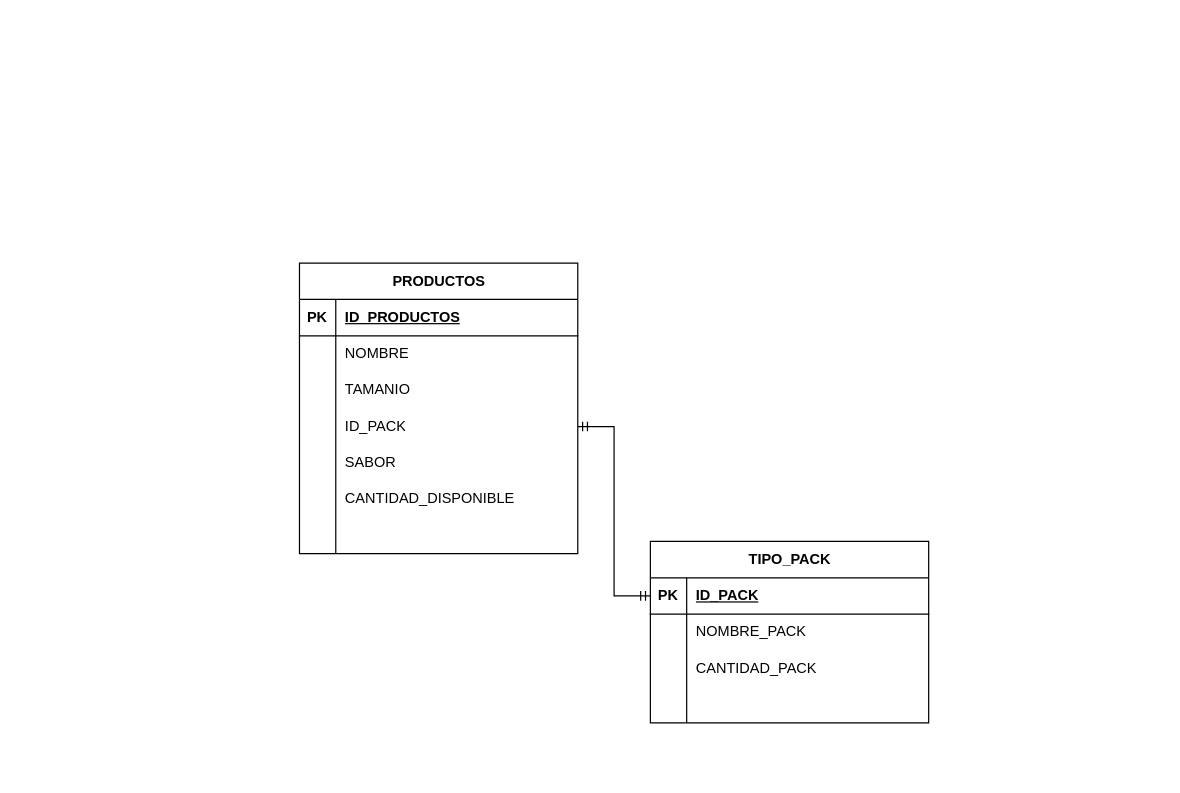
This is DB_Entidad_Relacion.drawio from DavidSantana872/GBar, a draw.io file, before an edit. Source tidied: cells renumbered, new cells numbered last; positions are measured from the earlier drawing's top-left corner, leaving out a move shared by most shapes. Both pictures are drawn from the tidied source at 121%, with x=0, y=0 at pixel (299, 263).
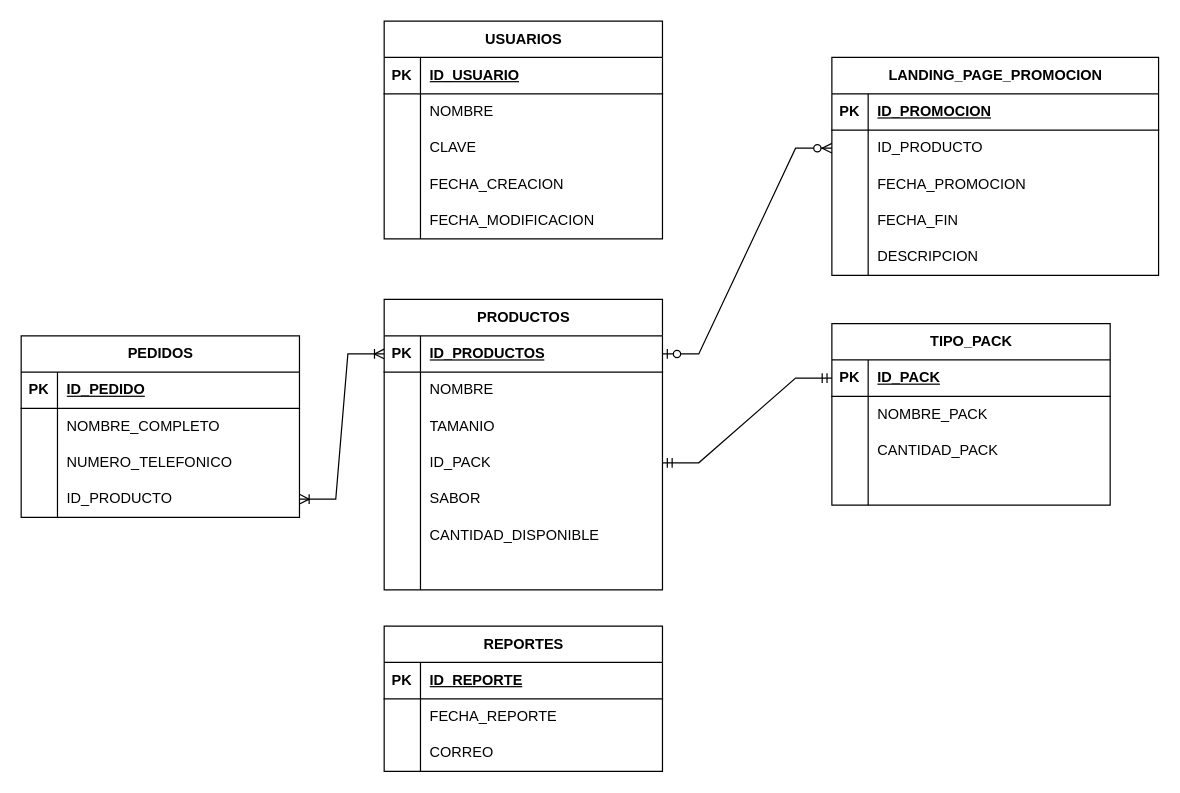
The same diagram, later.

Unchanged cells that the change refers to:
```xml
<mxCell id="3" style="shape=tableRow;horizontal=0;startSize=0;swimlaneHead=0;swimlaneBody=0;fillColor=none;points=[[0,0.5],[1,0.5]];portConstraint=eastwest;top=0;left=0;right=0;bottom=1;" parent="2" vertex="1">
  <mxGeometry y="30" width="230" height="30" as="geometry" />
</mxCell>
```

The edit, as a diff of the source:
```diff
@@
     <mxCell id="2" value="PRODUCTOS" style="shape=table;startSize=30;childLayout=tableLayout;rowLines=0;fontStyle=1;align=center;html=1;" parent="1" vertex="1">
-      <mxGeometry width="230" height="240" as="geometry" />
+      <mxGeometry x="70" y="30" width="230" height="240" as="geometry" />
     </mxCell>
@@
     <mxCell id="25" value="TIPO_PACK" style="shape=table;startSize=30;childLayout=tableLayout;rowLines=0;fontStyle=1;align=center;html=1;" parent="1" vertex="1">
-      <mxGeometry x="290" y="230" width="230" height="150" as="geometry" />
+      <mxGeometry x="440" y="50" width="230" height="150" as="geometry" />
     </mxCell>
@@
+    <mxCell id="38" value="PEDIDOS" style="shape=table;startSize=30;childLayout=tableLayout;rowLines=0;fontStyle=1;align=center;html=1;" parent="1" vertex="1">
+      <mxGeometry x="-230" y="60" width="230" height="150" as="geometry" />
+    </mxCell>
+    <mxCell id="39" style="shape=tableRow;horizontal=0;startSize=0;swimlaneHead=0;swimlaneBody=0;fillColor=none;top=0;left=0;right=0;bottom=1;" parent="38" vertex="1">
+      <mxGeometry y="30" width="230" height="30" as="geometry" />
+    </mxCell>
+    <mxCell id="40" value="PK" style="shape=partialRectangle;fillColor=none;top=0;left=0;bottom=0;right=0;fontStyle=1;overflow=hidden;whiteSpace=wrap;html=1;" parent="39" vertex="1">
+      <mxGeometry width="30" height="30" as="geometry" />
+    </mxCell>
+    <mxCell id="41" value="ID_PEDIDO" style="shape=partialRectangle;fillColor=none;top=0;left=0;bottom=0;right=0;align=left;spacingLeft=6;fontStyle=5;overflow=hidden;whiteSpace=wrap;html=1;" parent="39" vertex="1">
+      <mxGeometry x="30" width="200" height="30" as="geometry" />
+    </mxCell>
+    <mxCell id="42" style="shape=tableRow;horizontal=0;startSize=0;swimlaneHead=0;swimlaneBody=0;fillColor=none;top=0;left=0;right=0;bottom=0;" parent="38" vertex="1">
+      <mxGeometry y="60" width="230" height="30" as="geometry" />
+    </mxCell>
+    <mxCell id="43" style="shape=partialRectangle;fillColor=none;top=0;left=0;bottom=0;right=0;overflow=hidden;whiteSpace=wrap;html=1;" parent="42" vertex="1">
+      <mxGeometry width="30" height="30" as="geometry" />
+    </mxCell>
+    <mxCell id="44" value="NOMBRE_COMPLETO" style="shape=partialRectangle;fillColor=none;top=0;left=0;bottom=0;right=0;align=left;spacingLeft=6;overflow=hidden;whiteSpace=wrap;html=1;" parent="42" vertex="1">
+      <mxGeometry x="30" width="200" height="30" as="geometry" />
+    </mxCell>
+    <mxCell id="45" style="shape=tableRow;horizontal=0;startSize=0;swimlaneHead=0;swimlaneBody=0;fillColor=none;top=0;left=0;right=0;bottom=0;" parent="38" vertex="1">
+      <mxGeometry y="90" width="230" height="30" as="geometry" />
+    </mxCell>
+    <mxCell id="46" style="shape=partialRectangle;fillColor=none;top=0;left=0;bottom=0;right=0;overflow=hidden;whiteSpace=wrap;html=1;" parent="45" vertex="1">
+      <mxGeometry width="30" height="30" as="geometry" />
+    </mxCell>
+    <mxCell id="47" value="NUMERO_TELEFONICO&amp;nbsp;" style="shape=partialRectangle;fillColor=none;top=0;left=0;bottom=0;right=0;align=left;spacingLeft=6;overflow=hidden;whiteSpace=wrap;html=1;" parent="45" vertex="1">
+      <mxGeometry x="30" width="200" height="30" as="geometry" />
+    </mxCell>
+    <mxCell id="48" style="shape=tableRow;horizontal=0;startSize=0;swimlaneHead=0;swimlaneBody=0;fillColor=none;points=[[0,0.5],[1,0.5]];portConstraint=eastwest;top=0;left=0;right=0;bottom=0;" parent="38" vertex="1">
+      <mxGeometry y="120" width="230" height="30" as="geometry" />
+    </mxCell>
+    <mxCell id="49" style="shape=partialRectangle;fillColor=none;top=0;left=0;bottom=0;right=0;overflow=hidden;whiteSpace=wrap;html=1;" parent="48" vertex="1">
+      <mxGeometry width="30" height="30" as="geometry" />
+    </mxCell>
+    <mxCell id="50" value="ID_PRODUCTO" style="shape=partialRectangle;fillColor=none;top=0;left=0;bottom=0;right=0;align=left;spacingLeft=6;overflow=hidden;whiteSpace=wrap;html=1;" parent="48" vertex="1">
+      <mxGeometry x="30" width="200" height="30" as="geometry" />
+    </mxCell>
+    <mxCell id="51" value="USUARIOS" style="shape=table;startSize=30;childLayout=tableLayout;rowLines=0;fontStyle=1;align=center;html=1;" parent="1" vertex="1">
+      <mxGeometry x="70" y="-200" width="230" height="180" as="geometry" />
+    </mxCell>
+    <mxCell id="52" style="shape=tableRow;horizontal=0;startSize=0;swimlaneHead=0;swimlaneBody=0;fillColor=none;top=0;left=0;right=0;bottom=1;" parent="51" vertex="1">
+      <mxGeometry y="30" width="230" height="30" as="geometry" />
+    </mxCell>
+    <mxCell id="53" value="PK" style="shape=partialRectangle;fillColor=none;top=0;left=0;bottom=0;right=0;fontStyle=1;overflow=hidden;whiteSpace=wrap;html=1;" parent="52" vertex="1">
+      <mxGeometry width="30" height="30" as="geometry" />
+    </mxCell>
+    <mxCell id="54" value="ID_USUARIO" style="shape=partialRectangle;fillColor=none;top=0;left=0;bottom=0;right=0;align=left;spacingLeft=6;fontStyle=5;overflow=hidden;whiteSpace=wrap;html=1;" parent="52" vertex="1">
+      <mxGeometry x="30" width="200" height="30" as="geometry" />
+    </mxCell>
+    <mxCell id="55" style="shape=tableRow;horizontal=0;startSize=0;swimlaneHead=0;swimlaneBody=0;fillColor=none;top=0;left=0;right=0;bottom=0;" parent="51" vertex="1">
+      <mxGeometry y="60" width="230" height="30" as="geometry" />
+    </mxCell>
+    <mxCell id="56" style="shape=partialRectangle;fillColor=none;top=0;left=0;bottom=0;right=0;overflow=hidden;whiteSpace=wrap;html=1;" parent="55" vertex="1">
+      <mxGeometry width="30" height="30" as="geometry" />
+    </mxCell>
+    <mxCell id="57" value="NOMBRE" style="shape=partialRectangle;fillColor=none;top=0;left=0;bottom=0;right=0;align=left;spacingLeft=6;overflow=hidden;whiteSpace=wrap;html=1;" parent="55" vertex="1">
+      <mxGeometry x="30" width="200" height="30" as="geometry" />
+    </mxCell>
+    <mxCell id="58" style="shape=tableRow;horizontal=0;startSize=0;swimlaneHead=0;swimlaneBody=0;fillColor=none;top=0;left=0;right=0;bottom=0;" parent="51" vertex="1">
+      <mxGeometry y="90" width="230" height="30" as="geometry" />
+    </mxCell>
+    <mxCell id="59" style="shape=partialRectangle;fillColor=none;top=0;left=0;bottom=0;right=0;overflow=hidden;whiteSpace=wrap;html=1;" parent="58" vertex="1">
+      <mxGeometry width="30" height="30" as="geometry" />
+    </mxCell>
+    <mxCell id="60" value="CLAVE" style="shape=partialRectangle;fillColor=none;top=0;left=0;bottom=0;right=0;align=left;spacingLeft=6;overflow=hidden;whiteSpace=wrap;html=1;" parent="58" vertex="1">
+      <mxGeometry x="30" width="200" height="30" as="geometry" />
+    </mxCell>
+    <mxCell id="61" style="shape=tableRow;horizontal=0;startSize=0;swimlaneHead=0;swimlaneBody=0;fillColor=none;top=0;left=0;right=0;bottom=0;" parent="51" vertex="1">
+      <mxGeometry y="120" width="230" height="30" as="geometry" />
+    </mxCell>
+    <mxCell id="62" style="shape=partialRectangle;fillColor=none;top=0;left=0;bottom=0;right=0;overflow=hidden;whiteSpace=wrap;html=1;" parent="61" vertex="1">
+      <mxGeometry width="30" height="30" as="geometry" />
+    </mxCell>
+    <mxCell id="63" value="FECHA_CREACION" style="shape=partialRectangle;fillColor=none;top=0;left=0;bottom=0;right=0;align=left;spacingLeft=6;overflow=hidden;whiteSpace=wrap;html=1;" parent="61" vertex="1">
+      <mxGeometry x="30" width="200" height="30" as="geometry" />
+    </mxCell>
+    <mxCell id="64" style="shape=tableRow;horizontal=0;startSize=0;swimlaneHead=0;swimlaneBody=0;fillColor=none;top=0;left=0;right=0;bottom=0;" parent="51" vertex="1">
+      <mxGeometry y="150" width="230" height="30" as="geometry" />
+    </mxCell>
+    <mxCell id="65" style="shape=partialRectangle;fillColor=none;top=0;left=0;bottom=0;right=0;overflow=hidden;whiteSpace=wrap;html=1;" parent="64" vertex="1">
+      <mxGeometry width="30" height="30" as="geometry" />
+    </mxCell>
+    <mxCell id="66" value="FECHA_MODIFICACION" style="shape=partialRectangle;fillColor=none;top=0;left=0;bottom=0;right=0;align=left;spacingLeft=6;overflow=hidden;whiteSpace=wrap;html=1;" parent="64" vertex="1">
+      <mxGeometry x="30" width="200" height="30" as="geometry" />
+    </mxCell>
+    <mxCell id="67" value="LANDING_PAGE_PROMOCION" style="shape=table;startSize=30;childLayout=tableLayout;rowLines=0;fontStyle=1;align=center;html=1;" parent="1" vertex="1">
+      <mxGeometry x="440" y="-170" width="270" height="180" as="geometry" />
+    </mxCell>
+    <mxCell id="68" style="shape=tableRow;horizontal=0;startSize=0;swimlaneHead=0;swimlaneBody=0;fillColor=none;top=0;left=0;right=0;bottom=1;" parent="67" vertex="1">
+      <mxGeometry y="30" width="270" height="30" as="geometry" />
+    </mxCell>
+    <mxCell id="69" value="PK" style="shape=partialRectangle;fillColor=none;top=0;left=0;bottom=0;right=0;fontStyle=1;overflow=hidden;whiteSpace=wrap;html=1;" parent="68" vertex="1">
+      <mxGeometry width="30" height="30" as="geometry" />
+    </mxCell>
+    <mxCell id="70" value="ID_PROMOCION" style="shape=partialRectangle;fillColor=none;top=0;left=0;bottom=0;right=0;align=left;spacingLeft=6;fontStyle=5;overflow=hidden;whiteSpace=wrap;html=1;" parent="68" vertex="1">
+      <mxGeometry x="30" width="240" height="30" as="geometry" />
+    </mxCell>
+    <mxCell id="71" style="shape=tableRow;horizontal=0;startSize=0;swimlaneHead=0;swimlaneBody=0;fillColor=none;points=[[0,0.5],[1,0.5]];portConstraint=eastwest;top=0;left=0;right=0;bottom=0;" parent="67" vertex="1">
+      <mxGeometry y="60" width="270" height="30" as="geometry" />
+    </mxCell>
+    <mxCell id="72" style="shape=partialRectangle;fillColor=none;top=0;left=0;bottom=0;right=0;overflow=hidden;whiteSpace=wrap;html=1;" parent="71" vertex="1">
+      <mxGeometry width="30" height="30" as="geometry" />
+    </mxCell>
+    <mxCell id="73" value="ID_PRODUCTO" style="shape=partialRectangle;fillColor=none;top=0;left=0;bottom=0;right=0;align=left;spacingLeft=6;overflow=hidden;whiteSpace=wrap;html=1;" parent="71" vertex="1">
+      <mxGeometry x="30" width="240" height="30" as="geometry" />
+    </mxCell>
+    <mxCell id="74" style="shape=tableRow;horizontal=0;startSize=0;swimlaneHead=0;swimlaneBody=0;fillColor=none;top=0;left=0;right=0;bottom=0;" parent="67" vertex="1">
+      <mxGeometry y="90" width="270" height="30" as="geometry" />
+    </mxCell>
+    <mxCell id="75" style="shape=partialRectangle;fillColor=none;top=0;left=0;bottom=0;right=0;overflow=hidden;whiteSpace=wrap;html=1;" parent="74" vertex="1">
+      <mxGeometry width="30" height="30" as="geometry" />
+    </mxCell>
+    <mxCell id="76" value="FECHA_PROMOCION" style="shape=partialRectangle;fillColor=none;top=0;left=0;bottom=0;right=0;align=left;spacingLeft=6;overflow=hidden;whiteSpace=wrap;html=1;" parent="74" vertex="1">
+      <mxGeometry x="30" width="240" height="30" as="geometry" />
+    </mxCell>
+    <mxCell id="77" style="shape=tableRow;horizontal=0;startSize=0;swimlaneHead=0;swimlaneBody=0;fillColor=none;top=0;left=0;right=0;bottom=0;" parent="67" vertex="1">
+      <mxGeometry y="120" width="270" height="30" as="geometry" />
+    </mxCell>
+    <mxCell id="78" style="shape=partialRectangle;fillColor=none;top=0;left=0;bottom=0;right=0;overflow=hidden;whiteSpace=wrap;html=1;" parent="77" vertex="1">
+      <mxGeometry width="30" height="30" as="geometry" />
+    </mxCell>
+    <mxCell id="79" value="FECHA_FIN" style="shape=partialRectangle;fillColor=none;top=0;left=0;bottom=0;right=0;align=left;spacingLeft=6;overflow=hidden;whiteSpace=wrap;html=1;" parent="77" vertex="1">
+      <mxGeometry x="30" width="240" height="30" as="geometry" />
+    </mxCell>
+    <mxCell id="80" style="shape=tableRow;horizontal=0;startSize=0;swimlaneHead=0;swimlaneBody=0;fillColor=none;top=0;left=0;right=0;bottom=0;" parent="67" vertex="1">
+      <mxGeometry y="150" width="270" height="30" as="geometry" />
+    </mxCell>
+    <mxCell id="81" style="shape=partialRectangle;fillColor=none;top=0;left=0;bottom=0;right=0;overflow=hidden;whiteSpace=wrap;html=1;" parent="80" vertex="1">
+      <mxGeometry width="30" height="30" as="geometry" />
+    </mxCell>
+    <mxCell id="82" value="DESCRIPCION" style="shape=partialRectangle;fillColor=none;top=0;left=0;bottom=0;right=0;align=left;spacingLeft=6;overflow=hidden;whiteSpace=wrap;html=1;" parent="80" vertex="1">
+      <mxGeometry x="30" width="240" height="30" as="geometry" />
+    </mxCell>
+    <mxCell id="83" style="edgeStyle=entityRelationEdgeStyle;fontSize=12;html=1;endArrow=ERzeroToMany;startArrow=ERzeroToOne;rounded=0;exitX=1;exitY=0.5;exitDx=0;exitDy=0;entryX=0;entryY=0.5;entryDx=0;entryDy=0;" parent="1" edge="1" source="3" target="71">
+      <mxGeometry relative="1" as="geometry" />
+    </mxCell>
+    <mxCell id="84" style="edgeStyle=entityRelationEdgeStyle;fontSize=12;html=1;endArrow=ERoneToMany;startArrow=ERoneToMany;rounded=0;entryX=1;entryY=0.5;entryDx=0;entryDy=0;exitX=0;exitY=0.5;exitDx=0;exitDy=0;" parent="1" edge="1" source="3" target="48">
+      <mxGeometry relative="1" as="geometry" />
+    </mxCell>
+    <mxCell id="85" value="REPORTES" style="shape=table;startSize=30;childLayout=tableLayout;rowLines=0;fontStyle=1;align=center;html=1;" parent="1" vertex="1">
+      <mxGeometry x="70" y="300" width="230" height="120" as="geometry" />
+    </mxCell>
+    <mxCell id="86" style="shape=tableRow;horizontal=0;startSize=0;swimlaneHead=0;swimlaneBody=0;fillColor=none;top=0;left=0;right=0;bottom=1;" parent="85" vertex="1">
+      <mxGeometry y="30" width="230" height="30" as="geometry" />
+    </mxCell>
+    <mxCell id="87" value="PK" style="shape=partialRectangle;fillColor=none;top=0;left=0;bottom=0;right=0;fontStyle=1;overflow=hidden;whiteSpace=wrap;html=1;" parent="86" vertex="1">
+      <mxGeometry width="30" height="30" as="geometry" />
+    </mxCell>
+    <mxCell id="88" value="ID_REPORTE" style="shape=partialRectangle;fillColor=none;top=0;left=0;bottom=0;right=0;align=left;spacingLeft=6;fontStyle=5;overflow=hidden;whiteSpace=wrap;html=1;" parent="86" vertex="1">
+      <mxGeometry x="30" width="200" height="30" as="geometry" />
+    </mxCell>
+    <mxCell id="89" style="shape=tableRow;horizontal=0;startSize=0;swimlaneHead=0;swimlaneBody=0;fillColor=none;top=0;left=0;right=0;bottom=0;" parent="85" vertex="1">
+      <mxGeometry y="60" width="230" height="30" as="geometry" />
+    </mxCell>
+    <mxCell id="90" style="shape=partialRectangle;fillColor=none;top=0;left=0;bottom=0;right=0;overflow=hidden;whiteSpace=wrap;html=1;" parent="89" vertex="1">
+      <mxGeometry width="30" height="30" as="geometry" />
+    </mxCell>
+    <mxCell id="91" value="FECHA_REPORTE" style="shape=partialRectangle;fillColor=none;top=0;left=0;bottom=0;right=0;align=left;spacingLeft=6;overflow=hidden;whiteSpace=wrap;html=1;" parent="89" vertex="1">
+      <mxGeometry x="30" width="200" height="30" as="geometry" />
+    </mxCell>
+    <mxCell id="92" style="shape=tableRow;horizontal=0;startSize=0;swimlaneHead=0;swimlaneBody=0;fillColor=none;top=0;left=0;right=0;bottom=0;" parent="85" vertex="1">
+      <mxGeometry y="90" width="230" height="30" as="geometry" />
+    </mxCell>
+    <mxCell id="93" style="shape=partialRectangle;fillColor=none;top=0;left=0;bottom=0;right=0;overflow=hidden;whiteSpace=wrap;html=1;" parent="92" vertex="1">
+      <mxGeometry width="30" height="30" as="geometry" />
+    </mxCell>
+    <mxCell id="94" value="CORREO" style="shape=partialRectangle;fillColor=none;top=0;left=0;bottom=0;right=0;align=left;spacingLeft=6;overflow=hidden;whiteSpace=wrap;html=1;" parent="92" vertex="1">
+      <mxGeometry x="30" width="200" height="30" as="geometry" />
+    </mxCell>
```
